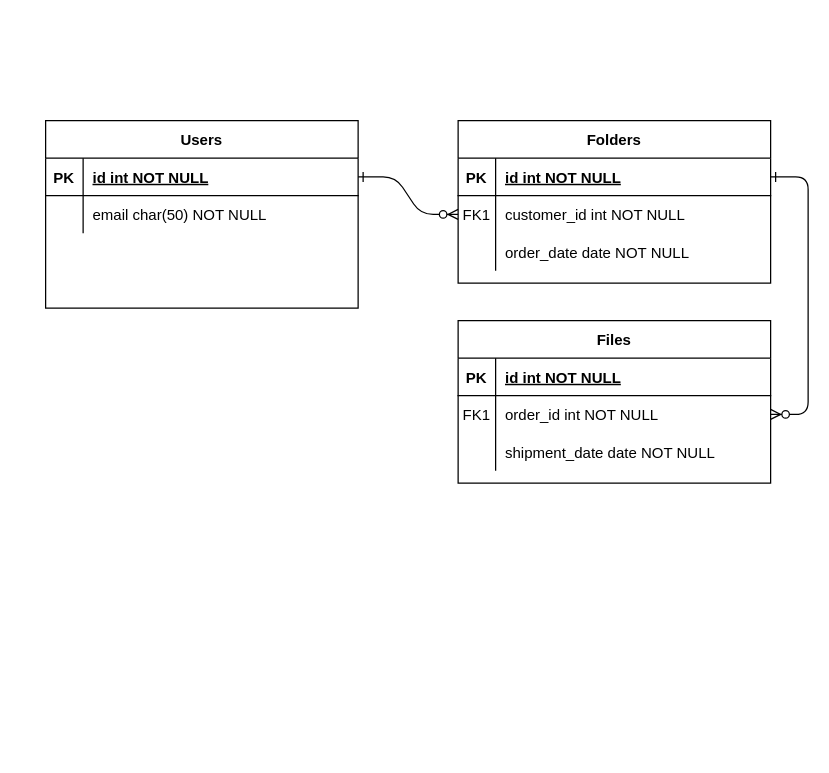
Earlier version of the draw.io diagram Untitled Diagram.drawio (minatore06/epic_drive). Source tidied: cells renumbered, new cells numbered last; positions are measured from the earlier drawing's top-left corner, leaving out a move shared by most shapes. Both pictures are drawn from the tidied source at 125%, with x=0, y=0 at pixel (45, 120).
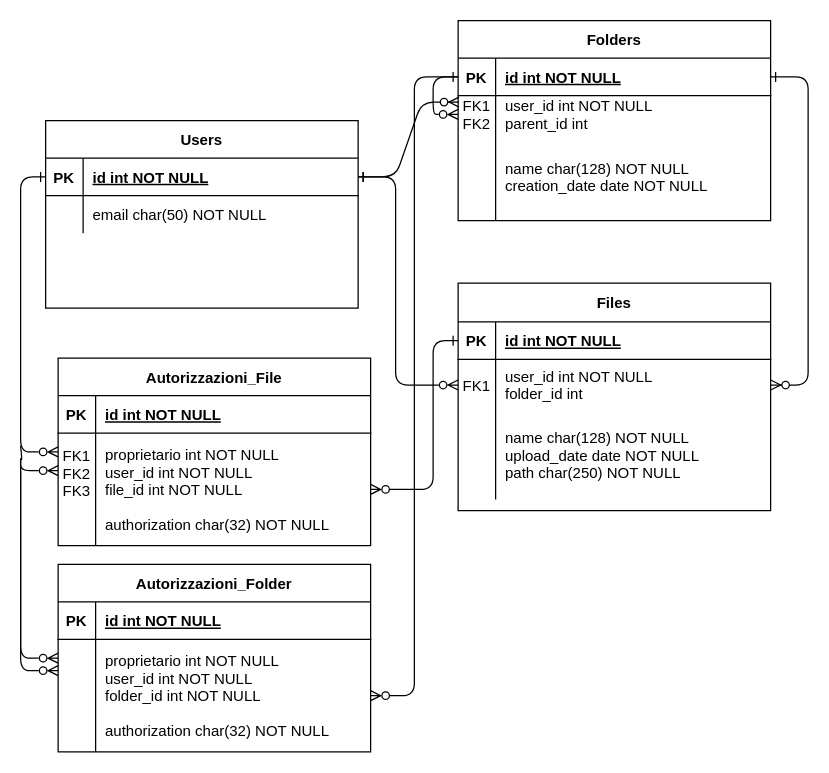
The same page after the edit.

The change refers to these unchanged cells:
```xml
<mxCell id="5" style="shape=partialRectangle;fillColor=none;points=[[0,0.5],[1,0.5]];portConstraint=eastwest;top=0;left=0;right=0;bottom=1;" parent="4" vertex="1">
  <mxGeometry y="30" width="250" height="30" as="geometry" />
</mxCell>
<mxCell id="8" style="shape=partialRectangle;fillColor=none;points=[[0,0.5],[1,0.5]];portConstraint=eastwest;top=0;left=0;right=0;bottom=0;" parent="4" vertex="1">
  <mxGeometry y="60" width="250" height="30" as="geometry" />
</mxCell>
<mxCell id="25" style="shape=partialRectangle;fillColor=none;points=[[0,0.5],[1,0.5]];portConstraint=eastwest;top=0;left=0;right=0;bottom=1;" parent="24" vertex="1">
  <mxGeometry y="30" width="250" height="30" as="geometry" />
</mxCell>
```

Diff of the diagram source:
```diff
@@
-    <mxCell id="2" style="edgeStyle=entityRelationEdgeStyle;endArrow=ERzeroToMany;startArrow=ERone;endFill=1;startFill=0;" parent="1" edge="1" source="25" target="8">
+    <mxCell id="2" style="edgeStyle=entityRelationEdgeStyle;endArrow=ERzeroToMany;startArrow=ERone;endFill=1;startFill=0;entryX=0.003;entryY=0.173;entryDx=0;entryDy=0;entryPerimeter=0;rounded=1;" parent="1" edge="1" source="25" target="8">
       <mxGeometry relative="1" as="geometry" />
     </mxCell>
+    <mxCell id="31" style="edgeStyle=orthogonalEdgeStyle;rounded=1;jettySize=auto;html=1;entryX=0;entryY=0.5;entryDx=0;entryDy=0;endArrow=ERone;endFill=0;startArrow=ERzeroToMany;startFill=0;" parent="1" edge="1" source="8" target="5">
+      <mxGeometry relative="1" as="geometry" />
+    </mxCell>
@@
     <mxCell id="4" value="Folders" style="shape=table;startSize=30;childLayout=tableLayout;rowLines=0;fontStyle=1;align=center;" parent="1" vertex="1">
-      <mxGeometry x="330" width="250" height="130" as="geometry" />
+      <mxGeometry x="330" y="-80" width="250" height="160" as="geometry" />
     </mxCell>
@@
-    <mxCell id="9" value="FK1" style="shape=partialRectangle;overflow=hidden;fillColor=none;top=0;left=0;bottom=0;right=0;" parent="8" vertex="1">
+    <mxCell id="9" value="FK1&#10;FK2" style="shape=partialRectangle;overflow=hidden;fillColor=none;top=0;left=0;bottom=0;right=0;" parent="8" vertex="1">
       <mxGeometry width="30" height="30" as="geometry" />
     </mxCell>
-    <mxCell id="10" value="customer_id int NOT NULL" style="shape=partialRectangle;overflow=hidden;fillColor=none;top=0;left=0;bottom=0;right=0;align=left;spacingLeft=6;" parent="8" vertex="1">
+    <mxCell id="10" value="user_id int NOT NULL&#10;parent_id int" style="shape=partialRectangle;overflow=hidden;fillColor=none;top=0;left=0;bottom=0;right=0;align=left;spacingLeft=6;" parent="8" vertex="1">
       <mxGeometry x="30" width="220" height="30" as="geometry" />
     </mxCell>
     <mxCell id="11" style="shape=partialRectangle;fillColor=none;top=0;left=0;right=0;bottom=0;" parent="4" vertex="1">
-      <mxGeometry y="90" width="250" height="30" as="geometry" />
+      <mxGeometry y="90" width="250" height="70" as="geometry" />
     </mxCell>
     <mxCell id="12" style="shape=partialRectangle;overflow=hidden;fillColor=none;top=0;left=0;bottom=0;right=0;" parent="11" vertex="1">
-      <mxGeometry width="30" height="30" as="geometry" />
+      <mxGeometry width="30" height="70" as="geometry" />
     </mxCell>
-    <mxCell id="13" value="order_date date NOT NULL" style="shape=partialRectangle;overflow=hidden;fillColor=none;top=0;left=0;bottom=0;right=0;align=left;spacingLeft=6;" parent="11" vertex="1">
-      <mxGeometry x="30" width="220" height="30" as="geometry" />
+    <mxCell id="13" value="name char(128) NOT NULL&#10;creation_date date NOT NULL" style="shape=partialRectangle;overflow=hidden;fillColor=none;top=0;left=0;bottom=0;right=0;align=left;spacingLeft=6;" parent="11" vertex="1">
+      <mxGeometry x="30" width="220" height="70" as="geometry" />
     </mxCell>
-    <mxCell id="14" value="Files" style="shape=table;startSize=30;childLayout=tableLayout;rowLines=0;fontStyle=1;align=center;" parent="1" vertex="1">
-      <mxGeometry x="330" y="160" width="250" height="130" as="geometry" />
+    <mxCell id="14" value="Files" style="shape=table;startSize=31;childLayout=tableLayout;rowLines=0;fontStyle=1;align=center;" parent="1" vertex="1">
+      <mxGeometry x="330" y="130" width="250" height="182" as="geometry" />
     </mxCell>
     <mxCell id="15" style="shape=partialRectangle;fillColor=none;points=[[0,0.5],[1,0.5]];portConstraint=eastwest;top=0;left=0;right=0;bottom=1;" parent="14" vertex="1">
-      <mxGeometry y="30" width="250" height="30" as="geometry" />
+      <mxGeometry y="31" width="250" height="30" as="geometry" />
     </mxCell>
@@
     <mxCell id="18" style="shape=partialRectangle;fillColor=none;points=[[0,0.5],[1,0.5]];portConstraint=eastwest;top=0;left=0;right=0;bottom=0;" parent="14" vertex="1">
-      <mxGeometry y="60" width="250" height="30" as="geometry" />
+      <mxGeometry y="61" width="250" height="41" as="geometry" />
     </mxCell>
     <mxCell id="19" value="FK1" style="shape=partialRectangle;overflow=hidden;fillColor=none;top=0;left=0;bottom=0;right=0;" parent="18" vertex="1">
-      <mxGeometry width="30" height="30" as="geometry" />
+      <mxGeometry width="30" height="41" as="geometry" />
     </mxCell>
-    <mxCell id="20" value="order_id int NOT NULL" style="shape=partialRectangle;overflow=hidden;fillColor=none;top=0;left=0;bottom=0;right=0;align=left;spacingLeft=6;" parent="18" vertex="1">
-      <mxGeometry x="30" width="220" height="30" as="geometry" />
+    <mxCell id="20" value="user_id int NOT NULL&#10;folder_id int" style="shape=partialRectangle;overflow=hidden;fillColor=none;top=0;left=0;bottom=0;right=0;align=left;spacingLeft=6;" parent="18" vertex="1">
+      <mxGeometry x="30" width="220" height="41" as="geometry" />
     </mxCell>
     <mxCell id="21" style="shape=partialRectangle;fillColor=none;top=0;left=0;right=0;bottom=0;" parent="14" vertex="1">
-      <mxGeometry y="90" width="250" height="30" as="geometry" />
+      <mxGeometry y="102" width="250" height="71" as="geometry" />
     </mxCell>
     <mxCell id="22" style="shape=partialRectangle;overflow=hidden;fillColor=none;top=0;left=0;bottom=0;right=0;" parent="21" vertex="1">
-      <mxGeometry width="30" height="30" as="geometry" />
+      <mxGeometry width="30" height="71" as="geometry" />
     </mxCell>
-    <mxCell id="23" value="shipment_date date NOT NULL" style="shape=partialRectangle;overflow=hidden;fillColor=none;top=0;left=0;bottom=0;right=0;align=left;spacingLeft=6;" parent="21" vertex="1">
-      <mxGeometry x="30" width="220" height="30" as="geometry" />
+    <mxCell id="23" value="name char(128) NOT NULL&#10;upload_date date NOT NULL&#10;path char(250) NOT NULL" style="shape=partialRectangle;overflow=hidden;fillColor=none;top=0;left=0;bottom=0;right=0;align=left;spacingLeft=6;" parent="21" vertex="1">
+      <mxGeometry x="30" width="220" height="71" as="geometry" />
     </mxCell>
+    <mxCell id="32" style="edgeStyle=orthogonalEdgeStyle;rounded=1;jettySize=auto;html=1;exitX=1;exitY=0.5;exitDx=0;exitDy=0;entryX=0;entryY=0.5;entryDx=0;entryDy=0;startArrow=ERone;startFill=0;endArrow=ERzeroToMany;endFill=0;" parent="1" edge="1" source="25" target="18">
+      <mxGeometry relative="1" as="geometry">
+        <Array as="points">
+          <mxPoint x="280" y="45" />
+          <mxPoint x="280" y="212" />
+        </Array>
+      </mxGeometry>
+    </mxCell>
@@
+    <mxCell id="33" style="edgeStyle=orthogonalEdgeStyle;rounded=1;jettySize=auto;html=1;entryX=0;entryY=0.5;entryDx=0;entryDy=0;endArrow=ERone;endFill=0;startArrow=ERzeroToMany;startFill=0;" parent="1" edge="1" source="34" target="25">
+      <mxGeometry relative="1" as="geometry">
+        <Array as="points">
+          <mxPoint x="-20" y="265" />
+          <mxPoint x="-20" y="45" />
+        </Array>
+      </mxGeometry>
+    </mxCell>
+    <mxCell id="34" value="Autorizzazioni_File" style="shape=table;startSize=30;childLayout=tableLayout;rowLines=0;fontStyle=1;align=center;" parent="1" vertex="1">
+      <mxGeometry x="10" y="190" width="250" height="150" as="geometry" />
+    </mxCell>
+    <mxCell id="35" style="shape=partialRectangle;fillColor=none;top=0;left=0;right=0;bottom=1;" parent="34" vertex="1">
+      <mxGeometry y="30" width="250" height="30" as="geometry" />
+    </mxCell>
+    <mxCell id="36" value="PK" style="shape=partialRectangle;overflow=hidden;fillColor=none;top=0;left=0;bottom=0;right=0;fontStyle=1;" parent="35" vertex="1">
+      <mxGeometry width="30" height="30" as="geometry" />
+    </mxCell>
+    <mxCell id="37" value="id int NOT NULL " style="shape=partialRectangle;overflow=hidden;fillColor=none;top=0;left=0;bottom=0;right=0;align=left;spacingLeft=6;fontStyle=5;" parent="35" vertex="1">
+      <mxGeometry x="30" width="220" height="30" as="geometry" />
+    </mxCell>
+    <mxCell id="38" style="shape=partialRectangle;fillColor=none;points=[[0,0.5],[1,0.5]];portConstraint=eastwest;top=0;left=0;right=0;bottom=0;" parent="34" vertex="1">
+      <mxGeometry y="60" width="250" height="90" as="geometry" />
+    </mxCell>
+    <mxCell id="39" style="shape=partialRectangle;overflow=hidden;fillColor=none;top=0;left=0;bottom=0;right=0;" parent="38" vertex="1">
+      <mxGeometry width="30" height="90" as="geometry" />
+    </mxCell>
+    <mxCell id="40" value="proprietario int NOT NULL&#10;user_id int NOT NULL&#10;file_id int NOT NULL&#10;&#10;authorization char(32) NOT NULL" style="shape=partialRectangle;overflow=hidden;fillColor=none;top=0;left=0;bottom=0;right=0;align=left;spacingLeft=6;" parent="38" vertex="1">
+      <mxGeometry x="30" width="220" height="90" as="geometry" />
+    </mxCell>
+    <mxCell id="41" value="FK1&#10;FK2&#10;FK3&#10;" style="shape=partialRectangle;overflow=hidden;fillColor=none;top=0;left=0;bottom=0;right=0;" parent="1" vertex="1">
+      <mxGeometry x="10" y="260" width="30" height="41" as="geometry" />
+    </mxCell>
+    <mxCell id="42" style="edgeStyle=orthogonalEdgeStyle;rounded=1;orthogonalLoop=1;jettySize=auto;html=1;endArrow=none;endFill=0;startArrow=ERzeroToMany;startFill=0;" parent="1" edge="1">
+      <mxGeometry relative="1" as="geometry">
+        <mxPoint x="10" y="280" as="sourcePoint" />
+        <mxPoint x="-20" y="260" as="targetPoint" />
+        <Array as="points">
+          <mxPoint x="-20" y="280" />
+          <mxPoint x="-20" y="271" />
+          <mxPoint x="-19" y="271" />
+        </Array>
+      </mxGeometry>
+    </mxCell>
+    <mxCell id="43" style="edgeStyle=orthogonalEdgeStyle;rounded=1;jettySize=auto;html=1;entryX=0;entryY=0.5;entryDx=0;entryDy=0;startArrow=ERzeroToMany;startFill=0;endArrow=ERone;endFill=0;" parent="1" edge="1" source="38" target="15">
+      <mxGeometry relative="1" as="geometry">
+        <Array as="points">
+          <mxPoint x="310" y="295" />
+          <mxPoint x="310" y="176" />
+        </Array>
+      </mxGeometry>
+    </mxCell>
+    <mxCell id="44" value="Autorizzazioni_Folder" style="shape=table;startSize=30;childLayout=tableLayout;rowLines=0;fontStyle=1;align=center;" parent="1" vertex="1">
+      <mxGeometry x="10" y="355" width="250" height="150" as="geometry" />
+    </mxCell>
+    <mxCell id="45" style="shape=partialRectangle;fillColor=none;top=0;left=0;right=0;bottom=1;" parent="44" vertex="1">
+      <mxGeometry y="30" width="250" height="30" as="geometry" />
+    </mxCell>
+    <mxCell id="46" value="PK" style="shape=partialRectangle;overflow=hidden;fillColor=none;top=0;left=0;bottom=0;right=0;fontStyle=1;" parent="45" vertex="1">
+      <mxGeometry width="30" height="30" as="geometry" />
+    </mxCell>
+    <mxCell id="47" value="id int NOT NULL " style="shape=partialRectangle;overflow=hidden;fillColor=none;top=0;left=0;bottom=0;right=0;align=left;spacingLeft=6;fontStyle=5;" parent="45" vertex="1">
+      <mxGeometry x="30" width="220" height="30" as="geometry" />
+    </mxCell>
+    <mxCell id="48" style="shape=partialRectangle;fillColor=none;points=[[0,0.5],[1,0.5]];portConstraint=eastwest;top=0;left=0;right=0;bottom=0;" parent="44" vertex="1">
+      <mxGeometry y="60" width="250" height="90" as="geometry" />
+    </mxCell>
+    <mxCell id="49" style="shape=partialRectangle;overflow=hidden;fillColor=none;top=0;left=0;bottom=0;right=0;" parent="48" vertex="1">
+      <mxGeometry width="30" height="90" as="geometry" />
+    </mxCell>
+    <mxCell id="50" value="proprietario int NOT NULL&#10;user_id int NOT NULL&#10;folder_id int NOT NULL&#10;&#10;authorization char(32) NOT NULL" style="shape=partialRectangle;overflow=hidden;fillColor=none;top=0;left=0;bottom=0;right=0;align=left;spacingLeft=6;" parent="48" vertex="1">
+      <mxGeometry x="30" width="220" height="90" as="geometry" />
+    </mxCell>
+    <mxCell id="51" style="edgeStyle=orthogonalEdgeStyle;rounded=1;jettySize=auto;html=1;endArrow=none;endFill=0;startArrow=ERzeroToMany;startFill=0;" parent="1" edge="1" source="48">
+      <mxGeometry relative="1" as="geometry">
+        <mxPoint x="-20" y="280" as="targetPoint" />
+        <Array as="points">
+          <mxPoint x="-20" y="440" />
+        </Array>
+      </mxGeometry>
+    </mxCell>
+    <mxCell id="52" style="edgeStyle=orthogonalEdgeStyle;rounded=1;orthogonalLoop=1;jettySize=auto;html=1;endArrow=none;endFill=0;startArrow=ERzeroToMany;startFill=0;" parent="1" edge="1">
+      <mxGeometry relative="1" as="geometry">
+        <mxPoint x="10" y="430" as="sourcePoint" />
+        <mxPoint x="-20" y="270" as="targetPoint" />
+        <Array as="points">
+          <mxPoint x="-20" y="430" />
+        </Array>
+      </mxGeometry>
+    </mxCell>
+    <mxCell id="53" style="edgeStyle=orthogonalEdgeStyle;rounded=1;jettySize=auto;html=1;entryX=0;entryY=0.5;entryDx=0;entryDy=0;endArrow=none;endFill=0;startArrow=ERzeroToMany;startFill=0;" parent="1" edge="1" source="48" target="5">
+      <mxGeometry relative="1" as="geometry" />
+    </mxCell>
```
